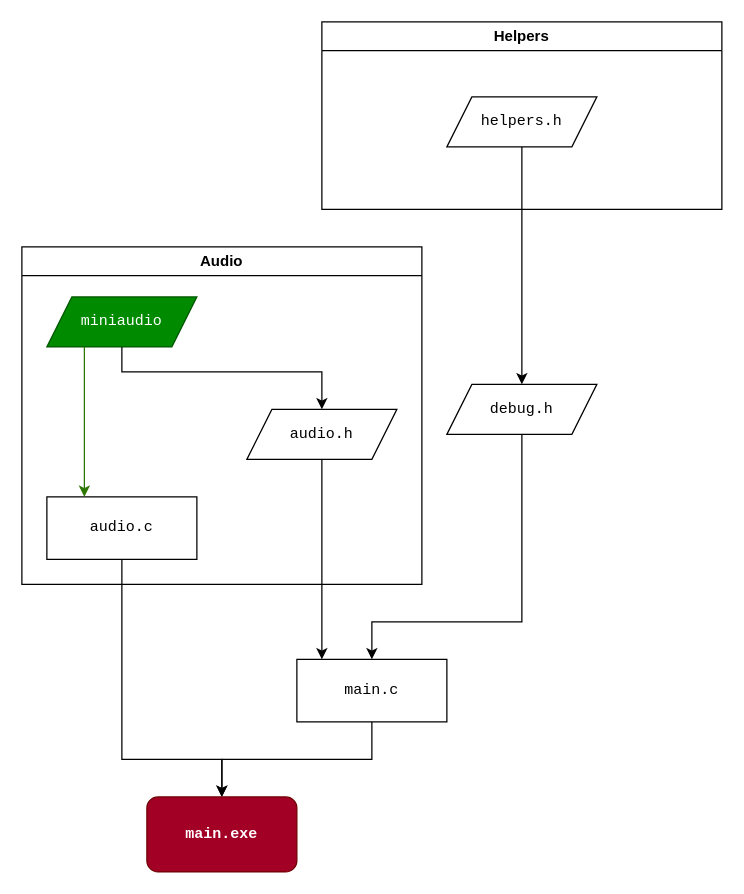
This is formal-part/include-scheme.drawio from ThatOneGriff/rs-the-game, a draw.io file, before an edit. Source tidied: cells renumbered, new cells numbered last; positions are measured from the earlier drawing's top-left corner, leaving out a move shared by most shapes. Both pictures are drawn from the tidied source at 125%, with x=0, y=0 at pixel (21, 21).
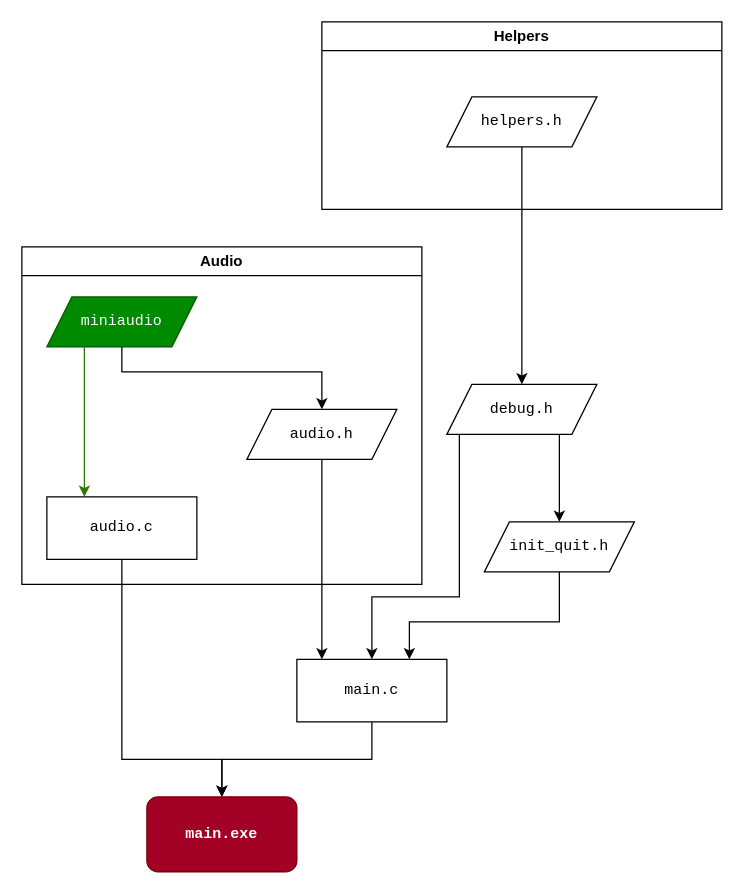
Above is the later version.

The change refers to these unchanged cells:
```xml
<mxCell id="10" value="main.c" style="rounded=0;whiteSpace=wrap;html=1;fontFamily=Courier New;" parent="1" vertex="1">
  <mxGeometry x="220" y="510" width="120" height="50" as="geometry" />
</mxCell>
<mxCell id="14" value="debug.h" style="shape=parallelogram;perimeter=parallelogramPerimeter;whiteSpace=wrap;html=1;fixedSize=1;fontFamily=Courier New;" parent="1" vertex="1">
  <mxGeometry x="340" y="290" width="120" height="40" as="geometry" />
</mxCell>
```

Change to the diagram source:
```diff
@@
     <mxCell id="13" style="edgeStyle=orthogonalEdgeStyle;rounded=0;jettySize=auto;html=1;entryX=0.5;entryY=0;entryDx=0;entryDy=0;" parent="1" edge="1" source="14" target="10">
       <mxGeometry relative="1" as="geometry">
         <Array as="points">
-          <mxPoint x="400" y="480" />
-          <mxPoint x="280" y="480" />
+          <mxPoint x="350" y="460" />
+          <mxPoint x="280" y="460" />
         </Array>
       </mxGeometry>
     </mxCell>
+    <mxCell id="18" style="edgeStyle=orthogonalEdgeStyle;rounded=0;jettySize=auto;html=1;" parent="1" edge="1" source="14" target="20">
+      <mxGeometry relative="1" as="geometry">
+        <Array as="points">
+          <mxPoint x="430" y="350" />
+          <mxPoint x="430" y="350" />
+        </Array>
+      </mxGeometry>
+    </mxCell>
@@
+    <mxCell id="19" style="edgeStyle=orthogonalEdgeStyle;rounded=0;jettySize=auto;html=1;entryX=0.75;entryY=0;entryDx=0;entryDy=0;" parent="1" edge="1" source="20" target="10">
+      <mxGeometry relative="1" as="geometry">
+        <Array as="points">
+          <mxPoint x="430" y="480" />
+          <mxPoint x="310" y="480" />
+        </Array>
+      </mxGeometry>
+    </mxCell>
+    <mxCell id="20" value="init_quit.h" style="shape=parallelogram;perimeter=parallelogramPerimeter;whiteSpace=wrap;html=1;fixedSize=1;fontFamily=Courier New;" parent="1" vertex="1">
+      <mxGeometry x="370" y="400" width="120" height="40" as="geometry" />
+    </mxCell>
```
